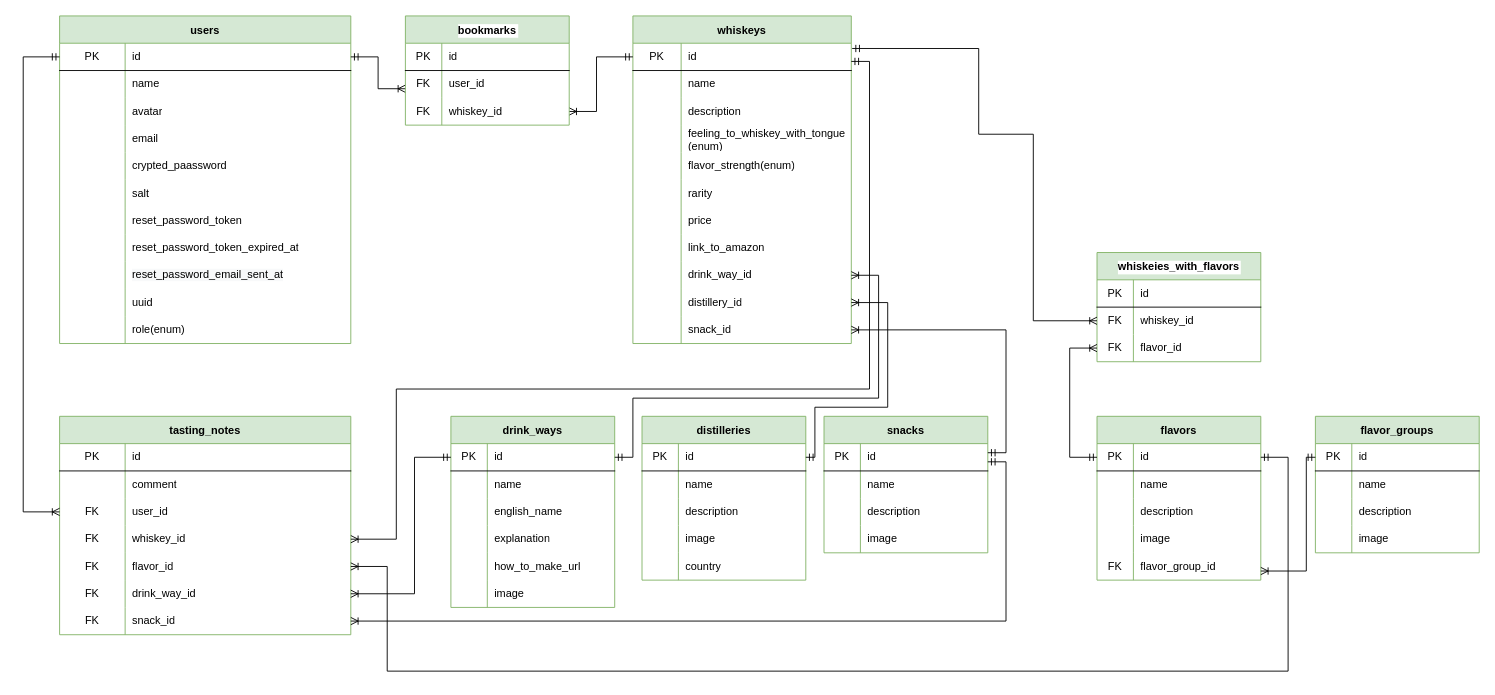
The draw.io diagram erd.drawio in tarakish/whiskey_database, before the edit. Source tidied: cells renumbered, new cells numbered last; positions are measured from the earlier drawing's top-left corner, leaving out a move shared by most shapes. Both pictures are drawn from the tidied source at 91%, with x=0, y=0 at pixel (23, 15).
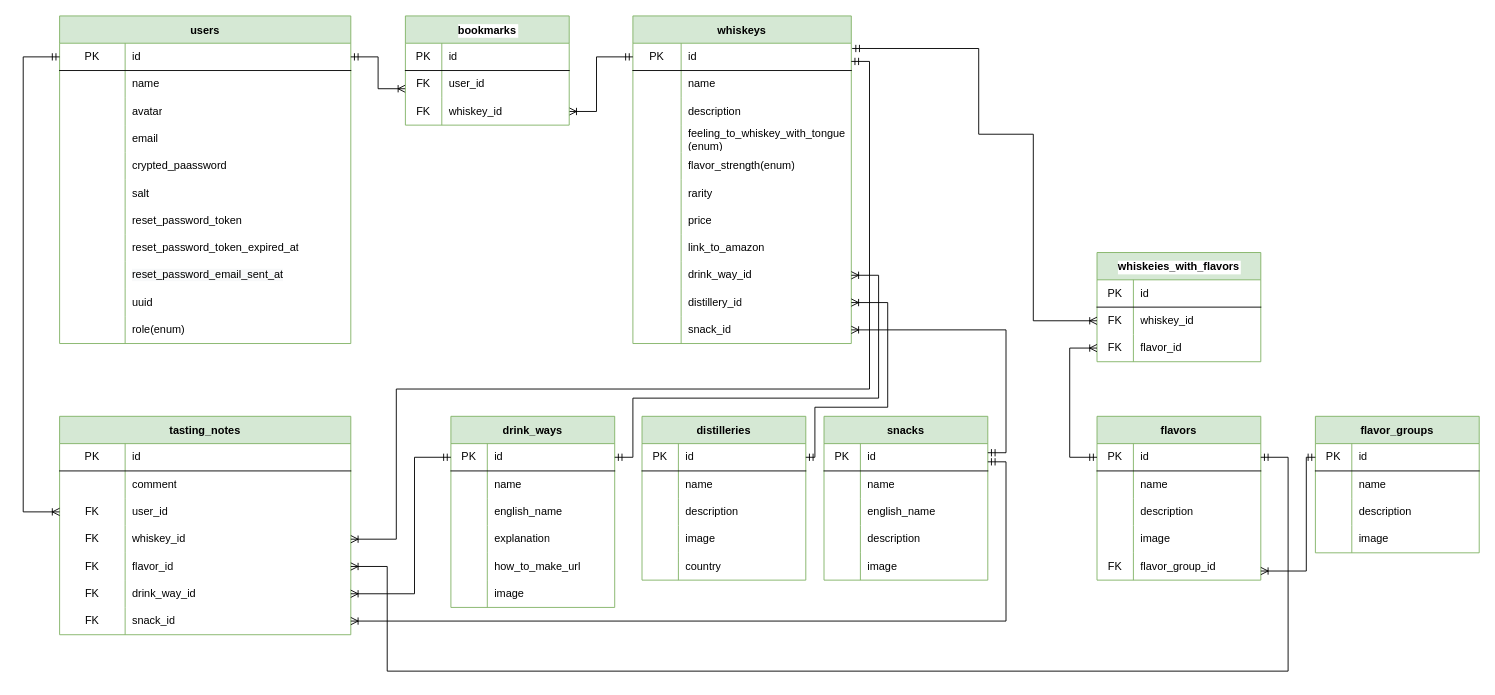
The same diagram, later.

What changed in the source:
```diff
@@
     <mxCell id="123" value="snacks" style="shape=table;startSize=30;childLayout=tableLayout;rowLines=0;fontStyle=1;align=center;fillColor=#d5e8d4;strokeColor=#82b366;" parent="1" vertex="1">
-      <mxGeometry x="880" y="440" width="180" height="150" as="geometry" />
+      <mxGeometry x="880" y="440" width="180" height="180" as="geometry" />
     </mxCell>
@@
+    <mxCell id="202" style="shape=partialRectangle;html=1;whiteSpace=wrap;fillColor=none;top=0;left=0;bottom=0;right=0;" parent="123" vertex="1">
+      <mxGeometry y="90" width="180" height="30" as="geometry" />
+    </mxCell>
+    <mxCell id="203" style="shape=partialRectangle;html=1;whiteSpace=wrap;fillColor=none;top=0;left=0;bottom=0;right=0;overflow=hidden;" parent="202" vertex="1">
+      <mxGeometry width="40" height="30" as="geometry" />
+    </mxCell>
+    <mxCell id="204" value="english_name" style="shape=partialRectangle;html=1;whiteSpace=wrap;fillColor=none;top=0;left=0;bottom=0;right=0;align=left;spacingLeft=6;overflow=hidden;" parent="202" vertex="1">
+      <mxGeometry x="40" width="140" height="30" as="geometry" />
+    </mxCell>
     <mxCell id="130" style="shape=partialRectangle;html=1;whiteSpace=wrap;fillColor=none;top=0;left=0;bottom=0;right=0;" parent="123" vertex="1">
-      <mxGeometry y="90" width="180" height="30" as="geometry" />
+      <mxGeometry y="120" width="180" height="30" as="geometry" />
     </mxCell>
@@
     <mxCell id="133" style="shape=partialRectangle;html=1;whiteSpace=wrap;fillColor=none;top=0;left=0;bottom=0;right=0;" parent="123" vertex="1">
-      <mxGeometry y="120" width="180" height="30" as="geometry" />
+      <mxGeometry y="150" width="180" height="30" as="geometry" />
     </mxCell>
```
